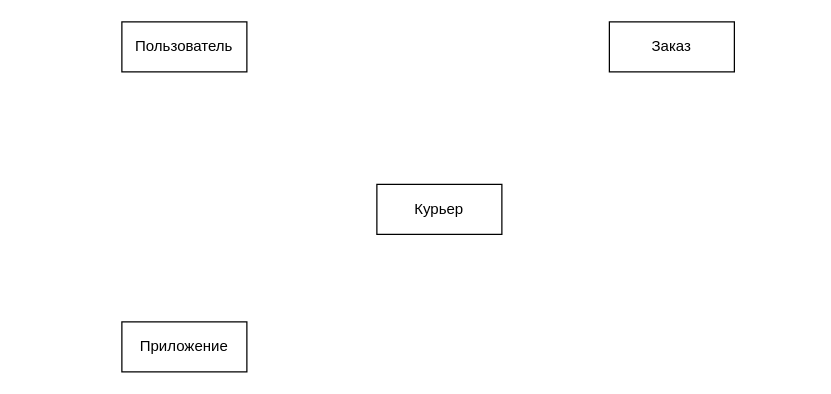
This is ДиаграммаКоммуникуции.drawio from hard-gainer/UML, a draw.io file, before an edit. Source tidied: cells renumbered, new cells numbered last; positions are measured from the earlier drawing's top-left corner, leaving out a move shared by most shapes. Both pictures are drawn from the tidied source at 125%, with x=0, y=0 at pixel (121, 21).
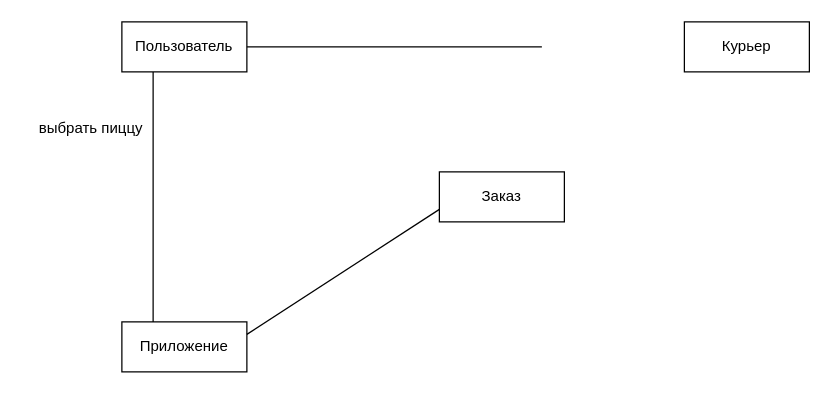
The same page after the edit.

Change to the diagram source:
```diff
@@
 <mxGraphModel>
   <root>
     <mxCell id="0" />
     <mxCell id="1" parent="0" />
     <mxCell id="2" value="Пользователь" style="html=1;whiteSpace=wrap;" parent="1" vertex="1">
       <mxGeometry width="100" height="40" as="geometry" />
     </mxCell>
     <mxCell id="3" value="Заказ" style="html=1;whiteSpace=wrap;" parent="1" vertex="1">
-      <mxGeometry x="390" width="100" height="40" as="geometry" />
+      <mxGeometry x="254" y="120" width="100" height="40" as="geometry" />
     </mxCell>
     <mxCell id="4" value="Курьер" style="html=1;whiteSpace=wrap;" parent="1" vertex="1">
-      <mxGeometry x="204" y="130" width="100" height="40" as="geometry" />
+      <mxGeometry x="450" width="100" height="40" as="geometry" />
     </mxCell>
     <mxCell id="5" value="Приложение" style="html=1;whiteSpace=wrap;" parent="1" vertex="1">
       <mxGeometry y="240" width="100" height="40" as="geometry" />
     </mxCell>
+    <mxCell id="6" style="endArrow=none;html=1;rounded=0;entryX=0.25;entryY=1;entryDx=0;entryDy=0;exitX=0.25;exitY=0;exitDx=0;exitDy=0;" parent="1" edge="1" source="5" target="2">
+      <mxGeometry relative="1" as="geometry" />
+    </mxCell>
+    <mxCell id="7" style="endArrow=none;html=1;rounded=0;exitX=1;exitY=0.25;exitDx=0;exitDy=0;entryX=0;entryY=0.75;entryDx=0;entryDy=0;" parent="1" edge="1" source="5" target="3">
+      <mxGeometry relative="1" as="geometry" />
+    </mxCell>
+    <mxCell id="8" style="endArrow=none;html=1;rounded=0;exitX=1;exitY=0.5;exitDx=0;exitDy=0;" parent="1" edge="1" source="2">
+      <mxGeometry relative="1" as="geometry">
+        <mxPoint x="336" y="20" as="targetPoint" />
+      </mxGeometry>
+    </mxCell>
+    <mxCell id="9" value="выбрать пиццу" style="text;html=1;align=center;verticalAlign=middle;strokeColor=none;fillColor=none;" parent="1" vertex="1">
+      <mxGeometry x="-80" y="70" width="110" height="30" as="geometry" />
+    </mxCell>
   </root>
 </mxGraphModel>
```
